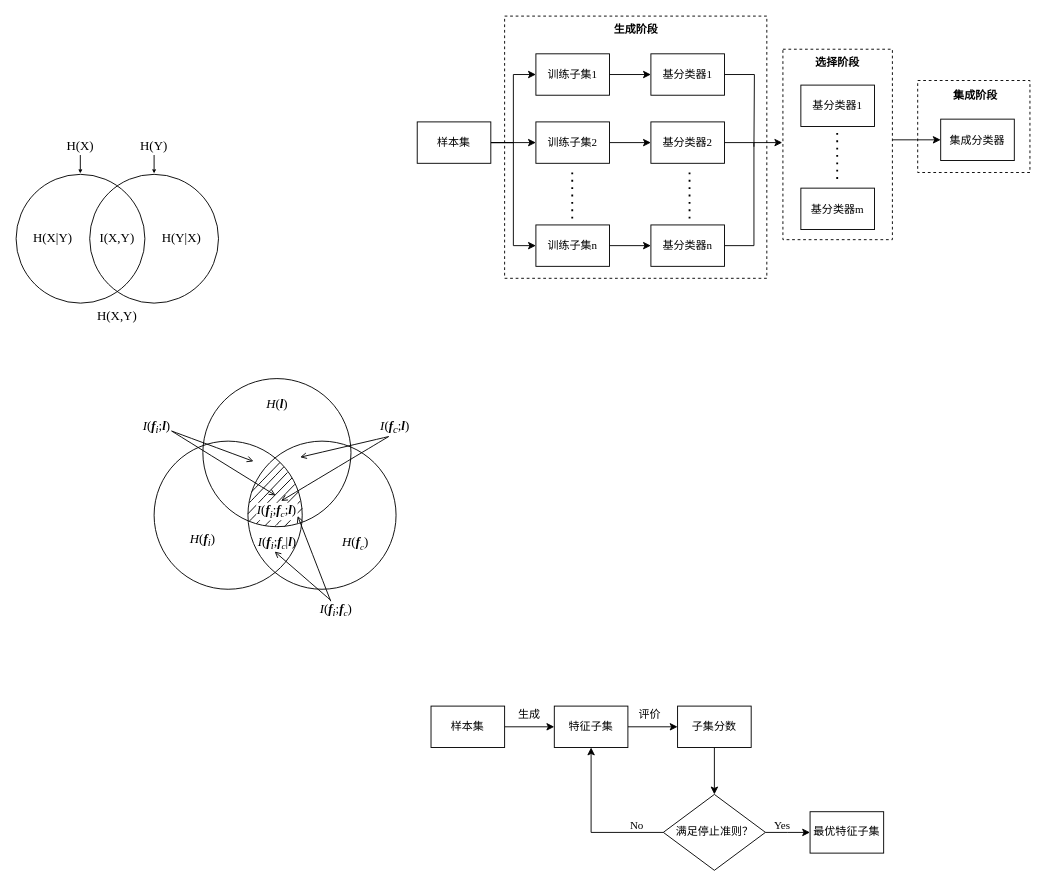
Above: mi.drawio in qn-wu/mall (draw.io), before the change. Source tidied: cells renumbered, new cells numbered last; positions are measured from the earlier drawing's top-left corner, leaving out a move shared by most shapes. Both pictures are drawn from the tidied source at 92%, with x=0, y=0 at pixel (16, 16).
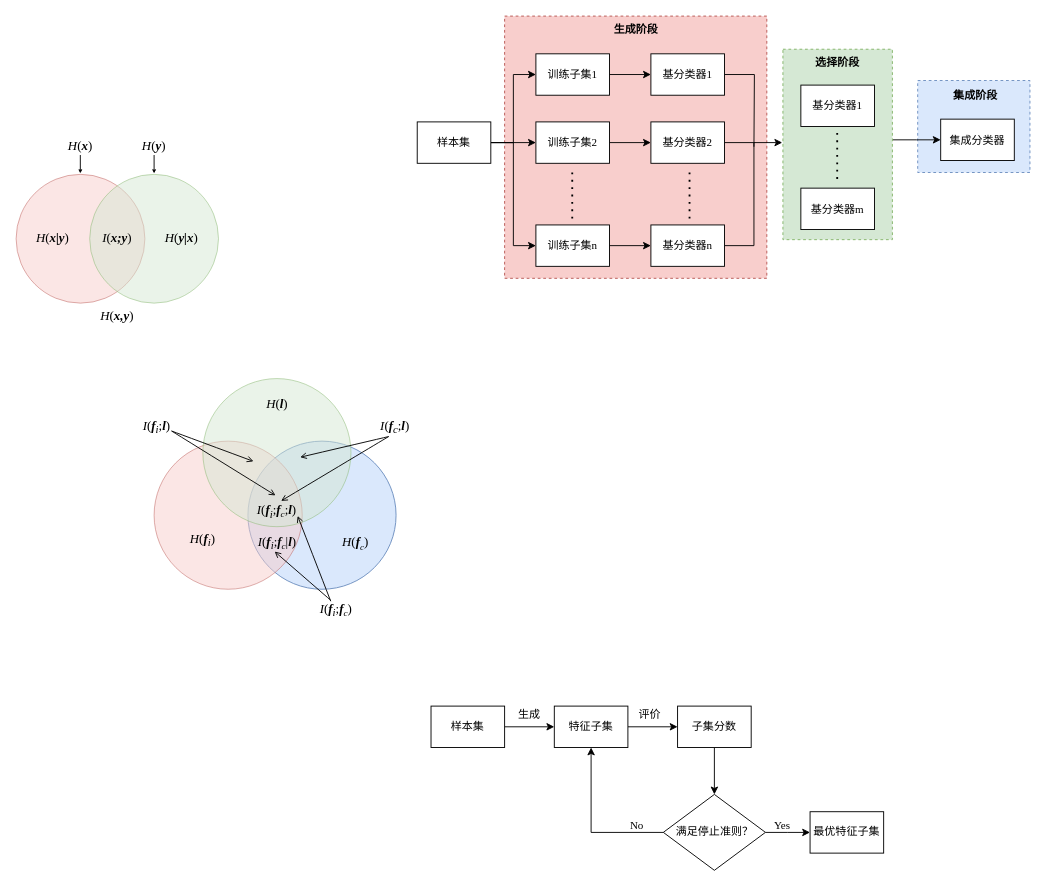
The same diagram, later.

Diff of the diagram source:
```diff
@@
-    <mxCell id="2" style="rounded=0;whiteSpace=wrap;html=1;fontFamily=Times New Roman;fontSize=12;dashed=1;" parent="1" vertex="1">
+    <mxCell id="2" style="rounded=0;whiteSpace=wrap;html=1;fontFamily=Times New Roman;fontSize=12;dashed=1;fillColor=#dae8fc;strokeColor=#6c8ebf;" parent="1" vertex="1">
       <mxGeometry x="980" y="70" width="122" height="100" as="geometry" />
     </mxCell>
-    <mxCell id="3" style="rounded=0;whiteSpace=wrap;html=1;fontFamily=Times New Roman;fontSize=12;dashed=1;" parent="1" vertex="1">
+    <mxCell id="3" style="rounded=0;whiteSpace=wrap;html=1;fontFamily=Times New Roman;fontSize=12;dashed=1;fillColor=#f8cecc;strokeColor=#b85450;" parent="1" vertex="1">
       <mxGeometry x="531" width="285" height="285" as="geometry" />
     </mxCell>
@@
-    <mxCell id="5" style="rounded=0;whiteSpace=wrap;html=1;fontFamily=Times New Roman;fontSize=12;dashed=1;" parent="1" vertex="1">
+    <mxCell id="5" style="rounded=0;whiteSpace=wrap;html=1;fontFamily=Times New Roman;fontSize=12;dashed=1;fillColor=#d5e8d4;strokeColor=#82b366;" parent="1" vertex="1">
       <mxGeometry x="833.5" y="36" width="119" height="207" as="geometry" />
     </mxCell>
-    <mxCell id="6" style="ellipse;whiteSpace=wrap;html=1;fillColor=none;" parent="1" vertex="1">
+    <mxCell id="6" style="ellipse;whiteSpace=wrap;html=1;fillColor=#dae8fc;strokeColor=#6c8ebf;" parent="1" vertex="1">
       <mxGeometry x="252" y="462" width="161" height="161" as="geometry" />
     </mxCell>
-    <mxCell id="7" style="ellipse;whiteSpace=wrap;html=1;fillColor=none;" parent="1" vertex="1">
+    <mxCell id="7" style="ellipse;whiteSpace=wrap;html=1;fillColor=#f8cecc;strokeColor=#b85450;opacity=50;" parent="1" vertex="1">
       <mxGeometry x="150" y="462" width="161" height="161" as="geometry" />
     </mxCell>
-    <mxCell id="8" style="ellipse;whiteSpace=wrap;html=1;fillColor=none;" parent="1" vertex="1">
+    <mxCell id="8" style="ellipse;whiteSpace=wrap;html=1;fillColor=#f8cecc;strokeColor=#b85450;opacity=50;" parent="1" vertex="1">
       <mxGeometry y="172" width="140" height="140" as="geometry" />
     </mxCell>
-    <mxCell id="9" style="ellipse;whiteSpace=wrap;html=1;fillColor=none;" parent="1" vertex="1">
+    <mxCell id="9" style="ellipse;whiteSpace=wrap;html=1;fillColor=#d5e8d4;opacity=50;strokeColor=#82b366;" parent="1" vertex="1">
       <mxGeometry x="80" y="172" width="140" height="140" as="geometry" />
     </mxCell>
-    <mxCell id="10" value="&lt;font face=&quot;Times New Roman&quot; style=&quot;font-size: 14px&quot;&gt;H(X|Y)&lt;/font&gt;" style="text;html=1;strokeColor=none;fillColor=none;align=center;verticalAlign=middle;whiteSpace=wrap;rounded=0;" parent="1" vertex="1">
+    <mxCell id="10" value="&lt;i style=&quot;font-family: &amp;#34;times new roman&amp;#34; ; font-size: 14px&quot;&gt;H&lt;/i&gt;&lt;span style=&quot;font-family: &amp;#34;times new roman&amp;#34; ; font-size: 14px&quot;&gt;(&lt;/span&gt;&lt;b style=&quot;font-family: &amp;#34;times new roman&amp;#34; ; font-size: 14px ; font-style: italic&quot;&gt;x|y&lt;/b&gt;&lt;span style=&quot;font-family: &amp;#34;times new roman&amp;#34; ; font-size: 14px&quot;&gt;)&lt;/span&gt;" style="text;html=1;strokeColor=none;fillColor=none;align=center;verticalAlign=middle;whiteSpace=wrap;rounded=0;" parent="1" vertex="1">
       <mxGeometry x="10" y="227" width="60" height="30" as="geometry" />
     </mxCell>
-    <mxCell id="11" value="&lt;font face=&quot;Times New Roman&quot; style=&quot;font-size: 14px&quot;&gt;I(X,Y)&lt;/font&gt;" style="text;html=1;strokeColor=none;fillColor=none;align=center;verticalAlign=middle;whiteSpace=wrap;rounded=0;" parent="1" vertex="1">
+    <mxCell id="11" value="&lt;i style=&quot;font-family: &amp;#34;times new roman&amp;#34; ; font-size: 14px&quot;&gt;I&lt;/i&gt;&lt;span style=&quot;font-family: &amp;#34;times new roman&amp;#34; ; font-size: 14px&quot;&gt;(&lt;/span&gt;&lt;b style=&quot;font-family: &amp;#34;times new roman&amp;#34; ; font-size: 14px ; font-style: italic&quot;&gt;x;y&lt;/b&gt;&lt;span style=&quot;font-family: &amp;#34;times new roman&amp;#34; ; font-size: 14px&quot;&gt;)&lt;/span&gt;" style="text;html=1;strokeColor=none;fillColor=none;align=center;verticalAlign=middle;whiteSpace=wrap;rounded=0;" parent="1" vertex="1">
       <mxGeometry x="80" y="227" width="60" height="30" as="geometry" />
     </mxCell>
-    <mxCell id="12" value="&lt;font face=&quot;Times New Roman&quot; style=&quot;font-size: 14px&quot;&gt;H(X)&lt;/font&gt;" style="text;html=1;strokeColor=none;fillColor=none;align=center;verticalAlign=middle;whiteSpace=wrap;rounded=0;" parent="1" vertex="1">
+    <mxCell id="12" value="&lt;font face=&quot;Times New Roman&quot; style=&quot;font-size: 14px&quot;&gt;&lt;i&gt;H&lt;/i&gt;(&lt;b style=&quot;font-style: italic&quot;&gt;x&lt;/b&gt;)&lt;/font&gt;" style="text;html=1;strokeColor=none;fillColor=none;align=center;verticalAlign=middle;whiteSpace=wrap;rounded=0;" parent="1" vertex="1">
       <mxGeometry x="40" y="127" width="60" height="30" as="geometry" />
     </mxCell>
-    <mxCell id="13" value="&lt;font face=&quot;Times New Roman&quot; style=&quot;font-size: 14px&quot;&gt;H(Y|X)&lt;/font&gt;" style="text;html=1;strokeColor=none;fillColor=none;align=center;verticalAlign=middle;whiteSpace=wrap;rounded=0;" parent="1" vertex="1">
+    <mxCell id="13" value="&lt;i style=&quot;font-family: &amp;#34;times new roman&amp;#34; ; font-size: 14px&quot;&gt;H&lt;/i&gt;&lt;span style=&quot;font-family: &amp;#34;times new roman&amp;#34; ; font-size: 14px&quot;&gt;(&lt;/span&gt;&lt;b style=&quot;font-family: &amp;#34;times new roman&amp;#34; ; font-size: 14px ; font-style: italic&quot;&gt;y|x&lt;/b&gt;&lt;span style=&quot;font-family: &amp;#34;times new roman&amp;#34; ; font-size: 14px&quot;&gt;)&lt;/span&gt;" style="text;html=1;strokeColor=none;fillColor=none;align=center;verticalAlign=middle;whiteSpace=wrap;rounded=0;" parent="1" vertex="1">
       <mxGeometry x="150" y="227" width="60" height="30" as="geometry" />
     </mxCell>
-    <mxCell id="14" value="&lt;font face=&quot;Times New Roman&quot; style=&quot;font-size: 14px&quot;&gt;H(Y)&lt;/font&gt;" style="text;html=1;strokeColor=none;fillColor=none;align=center;verticalAlign=middle;whiteSpace=wrap;rounded=0;" parent="1" vertex="1">
+    <mxCell id="14" value="&lt;i style=&quot;font-family: &amp;#34;times new roman&amp;#34; ; font-size: 14px&quot;&gt;H&lt;/i&gt;&lt;span style=&quot;font-family: &amp;#34;times new roman&amp;#34; ; font-size: 14px&quot;&gt;(&lt;/span&gt;&lt;b style=&quot;font-family: &amp;#34;times new roman&amp;#34; ; font-size: 14px ; font-style: italic&quot;&gt;y&lt;/b&gt;&lt;span style=&quot;font-family: &amp;#34;times new roman&amp;#34; ; font-size: 14px&quot;&gt;)&lt;/span&gt;" style="text;html=1;strokeColor=none;fillColor=none;align=center;verticalAlign=middle;whiteSpace=wrap;rounded=0;" parent="1" vertex="1">
       <mxGeometry x="120" y="127" width="60" height="30" as="geometry" />
     </mxCell>
-    <mxCell id="15" value="&lt;font face=&quot;Times New Roman&quot; style=&quot;font-size: 14px&quot;&gt;H(X,Y)&lt;/font&gt;" style="text;html=1;strokeColor=none;fillColor=none;align=center;verticalAlign=middle;whiteSpace=wrap;rounded=0;" parent="1" vertex="1">
+    <mxCell id="15" value="&lt;i style=&quot;font-family: &amp;#34;times new roman&amp;#34; ; font-size: 14px&quot;&gt;H&lt;/i&gt;&lt;span style=&quot;font-family: &amp;#34;times new roman&amp;#34; ; font-size: 14px&quot;&gt;(&lt;/span&gt;&lt;b style=&quot;font-family: &amp;#34;times new roman&amp;#34; ; font-size: 14px ; font-style: italic&quot;&gt;x,y&lt;/b&gt;&lt;span style=&quot;font-family: &amp;#34;times new roman&amp;#34; ; font-size: 14px&quot;&gt;)&lt;/span&gt;" style="text;html=1;strokeColor=none;fillColor=none;align=center;verticalAlign=middle;whiteSpace=wrap;rounded=0;" parent="1" vertex="1">
       <mxGeometry x="80" y="312" width="60" height="30" as="geometry" />
     </mxCell>
@@
-    <mxCell id="17" style="ellipse;whiteSpace=wrap;html=1;fillColor=none;" parent="1" vertex="1">
+    <mxCell id="17" style="ellipse;whiteSpace=wrap;html=1;fillColor=#d5e8d4;strokeColor=#82b366;opacity=50;" parent="1" vertex="1">
       <mxGeometry x="203" y="394" width="161" height="161" as="geometry" />
     </mxCell>
@@
-    <mxCell id="26" style="endArrow=none;html=1;rounded=0;sketch=0;hachureGap=4;fontFamily=Architects Daughter;fontSize=16;startSize=14;endSize=14;sourcePerimeterSpacing=8;targetPerimeterSpacing=8;curved=1;" parent="1" edge="1">
-      <mxGeometry relative="1" as="geometry">
-        <mxPoint x="256" y="517" as="sourcePoint" />
-        <mxPoint x="287" y="485" as="targetPoint" />
-      </mxGeometry>
-    </mxCell>
-    <mxCell id="27" style="endArrow=none;html=1;rounded=0;sketch=0;hachureGap=4;fontFamily=Architects Daughter;fontSize=16;startSize=14;endSize=14;sourcePerimeterSpacing=8;targetPerimeterSpacing=8;curved=1;" parent="1" edge="1">
-      <mxGeometry relative="1" as="geometry">
-        <mxPoint x="253.5" y="529" as="sourcePoint" />
-        <mxPoint x="291" y="490" as="targetPoint" />
-      </mxGeometry>
-    </mxCell>
-    <mxCell id="28" style="endArrow=none;html=1;rounded=0;sketch=0;hachureGap=4;fontFamily=Architects Daughter;fontSize=16;startSize=14;endSize=14;sourcePerimeterSpacing=8;targetPerimeterSpacing=8;curved=1;entryX=0.571;entryY=0.634;entryDx=0;entryDy=0;entryPerimeter=0;" parent="1" edge="1" target="17">
-      <mxGeometry relative="1" as="geometry">
-        <mxPoint x="252" y="541" as="sourcePoint" />
-      </mxGeometry>
-    </mxCell>
-    <mxCell id="29" style="endArrow=none;html=1;rounded=0;sketch=0;hachureGap=4;fontFamily=Architects Daughter;fontSize=16;startSize=14;endSize=14;sourcePerimeterSpacing=8;targetPerimeterSpacing=8;curved=1;entryX=0.602;entryY=0.677;entryDx=0;entryDy=0;entryPerimeter=0;" parent="1" edge="1">
-      <mxGeometry relative="1" as="geometry">
-        <mxPoint x="253.5" y="549" as="sourcePoint" />
-        <mxPoint x="299.9" y="502" as="targetPoint" />
-      </mxGeometry>
-    </mxCell>
-    <mxCell id="30" style="endArrow=none;html=1;rounded=0;sketch=0;hachureGap=4;fontFamily=Architects Daughter;fontSize=16;startSize=14;endSize=14;sourcePerimeterSpacing=8;targetPerimeterSpacing=8;curved=1;entryX=0.621;entryY=0.714;entryDx=0;entryDy=0;entryPerimeter=0;" parent="1" edge="1" target="17">
-      <mxGeometry relative="1" as="geometry">
-        <mxPoint x="261" y="552" as="sourcePoint" />
-      </mxGeometry>
-    </mxCell>
-    <mxCell id="31" style="endArrow=none;html=1;rounded=0;sketch=0;hachureGap=4;fontFamily=Architects Daughter;fontSize=16;startSize=14;endSize=14;sourcePerimeterSpacing=8;targetPerimeterSpacing=8;curved=1;entryX=0.646;entryY=0.77;entryDx=0;entryDy=0;entryPerimeter=0;" parent="1" edge="1">
-      <mxGeometry relative="1" as="geometry">
-        <mxPoint x="270.5" y="554" as="sourcePoint" />
-        <mxPoint x="307" y="517" as="targetPoint" />
-      </mxGeometry>
-    </mxCell>
-    <mxCell id="32" style="endArrow=none;html=1;rounded=0;sketch=0;hachureGap=4;fontFamily=Architects Daughter;fontSize=16;startSize=14;endSize=14;sourcePerimeterSpacing=8;targetPerimeterSpacing=8;curved=1;" parent="1" edge="1">
-      <mxGeometry relative="1" as="geometry">
-        <mxPoint x="282" y="554" as="sourcePoint" />
-        <mxPoint x="309" y="527" as="targetPoint" />
-      </mxGeometry>
-    </mxCell>
-    <mxCell id="33" style="endArrow=none;html=1;rounded=0;sketch=0;hachureGap=4;fontFamily=Architects Daughter;fontSize=16;startSize=14;endSize=14;sourcePerimeterSpacing=8;targetPerimeterSpacing=8;curved=1;" parent="1" edge="1">
-      <mxGeometry relative="1" as="geometry">
-        <mxPoint x="291.5" y="555" as="sourcePoint" />
-        <mxPoint x="311" y="535" as="targetPoint" />
-      </mxGeometry>
-    </mxCell>
-    <mxCell id="34" value="&lt;font face=&quot;Times New Roman&quot; style=&quot;font-size: 14px&quot;&gt;&lt;i&gt;I&lt;/i&gt;(&lt;b style=&quot;font-style: italic&quot;&gt;f&lt;/b&gt;&lt;sub style=&quot;font-style: italic&quot;&gt;i&lt;/sub&gt;;&lt;/font&gt;&lt;b style=&quot;font-family: &amp;#34;times new roman&amp;#34; ; font-size: 14px ; font-style: italic&quot;&gt;f&lt;/b&gt;&lt;sub style=&quot;font-family: &amp;#34;times new roman&amp;#34; ; font-style: italic&quot;&gt;c&lt;/sub&gt;&lt;span style=&quot;font-family: &amp;#34;times new roman&amp;#34; ; font-size: 14px&quot;&gt;;&lt;/span&gt;&lt;i style=&quot;font-family: &amp;#34;times new roman&amp;#34; ; font-size: 14px ; font-weight: bold&quot;&gt;l&lt;/i&gt;&lt;font face=&quot;Times New Roman&quot; style=&quot;font-size: 14px&quot;&gt;)&lt;/font&gt;" style="text;html=1;strokeColor=none;fillColor=default;align=center;verticalAlign=middle;whiteSpace=wrap;rounded=0;" parent="1" vertex="1">
+    <mxCell id="34" value="&lt;font face=&quot;Times New Roman&quot; style=&quot;font-size: 14px&quot;&gt;&lt;i&gt;I&lt;/i&gt;(&lt;b style=&quot;font-style: italic&quot;&gt;f&lt;/b&gt;&lt;sub style=&quot;font-style: italic&quot;&gt;i&lt;/sub&gt;;&lt;/font&gt;&lt;b style=&quot;font-family: &amp;#34;times new roman&amp;#34; ; font-size: 14px ; font-style: italic&quot;&gt;f&lt;/b&gt;&lt;sub style=&quot;font-family: &amp;#34;times new roman&amp;#34; ; font-style: italic&quot;&gt;c&lt;/sub&gt;&lt;span style=&quot;font-family: &amp;#34;times new roman&amp;#34; ; font-size: 14px&quot;&gt;;&lt;/span&gt;&lt;i style=&quot;font-family: &amp;#34;times new roman&amp;#34; ; font-size: 14px ; font-weight: bold&quot;&gt;l&lt;/i&gt;&lt;font face=&quot;Times New Roman&quot; style=&quot;font-size: 14px&quot;&gt;)&lt;/font&gt;" style="text;html=1;strokeColor=none;fillColor=none;align=center;verticalAlign=middle;whiteSpace=wrap;rounded=0;" parent="1" vertex="1">
       <mxGeometry x="261" y="529" width="45" height="19" as="geometry" />
     </mxCell>
@@
-    <mxCell id="36" value="&lt;font face=&quot;Times New Roman&quot; style=&quot;font-size: 12px&quot;&gt;基分类器1&lt;/font&gt;" style="rounded=0;whiteSpace=wrap;html=1;" parent="1" vertex="1">
+    <mxCell id="36" value="&lt;font face=&quot;Times New Roman&quot; style=&quot;font-size: 12px&quot;&gt;基分类器1&lt;/font&gt;" style="rounded=0;whiteSpace=wrap;html=1;gradientColor=none;sketch=0;shadow=0;" parent="1" vertex="1">
       <mxGeometry x="690" y="41" width="80" height="45" as="geometry" />
     </mxCell>
@@
-    <mxCell id="42" value="&lt;font face=&quot;Times New Roman&quot; style=&quot;font-size: 12px&quot;&gt;训练子集1&lt;/font&gt;" style="rounded=0;whiteSpace=wrap;html=1;" parent="1" vertex="1">
+    <mxCell id="42" value="&lt;font face=&quot;Times New Roman&quot; style=&quot;font-size: 12px&quot;&gt;训练子集1&lt;/font&gt;" style="rounded=0;whiteSpace=wrap;html=1;shadow=0;labelBackgroundColor=none;sketch=0;glass=0;" parent="1" vertex="1">
       <mxGeometry x="565" y="41" width="80" height="45" as="geometry" />
     </mxCell>
```
